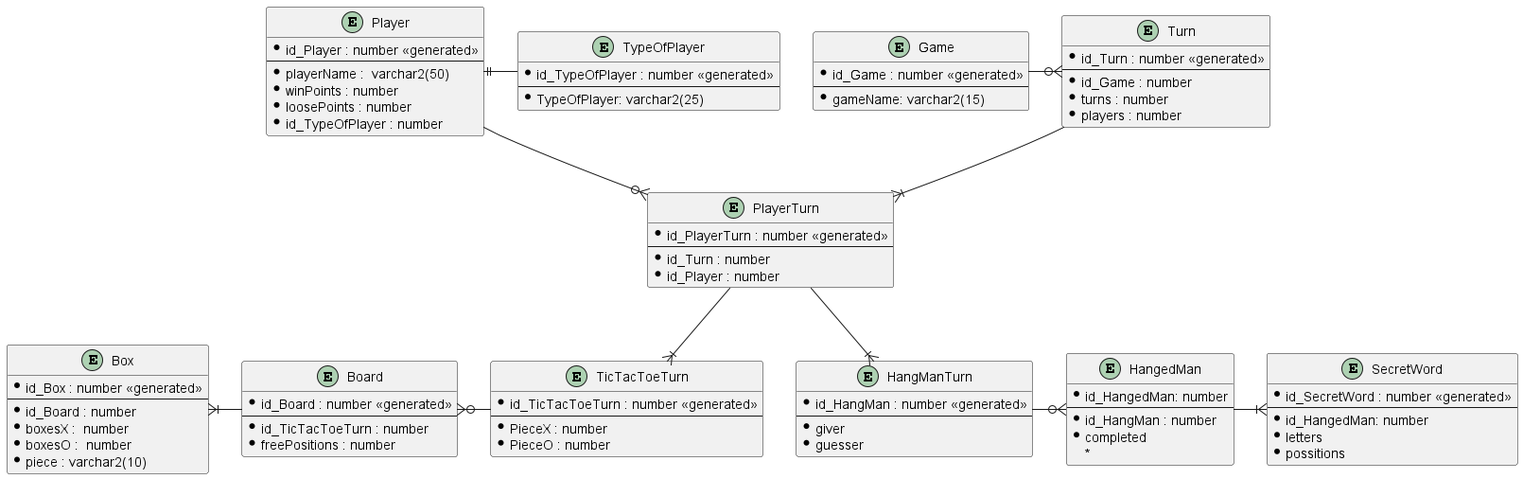
The PlantUML diagram out/DataModel/LogicModel/VocabularyLogicModelMain.png in Gabs16TL/Second_Project_Peristence, before a commit.
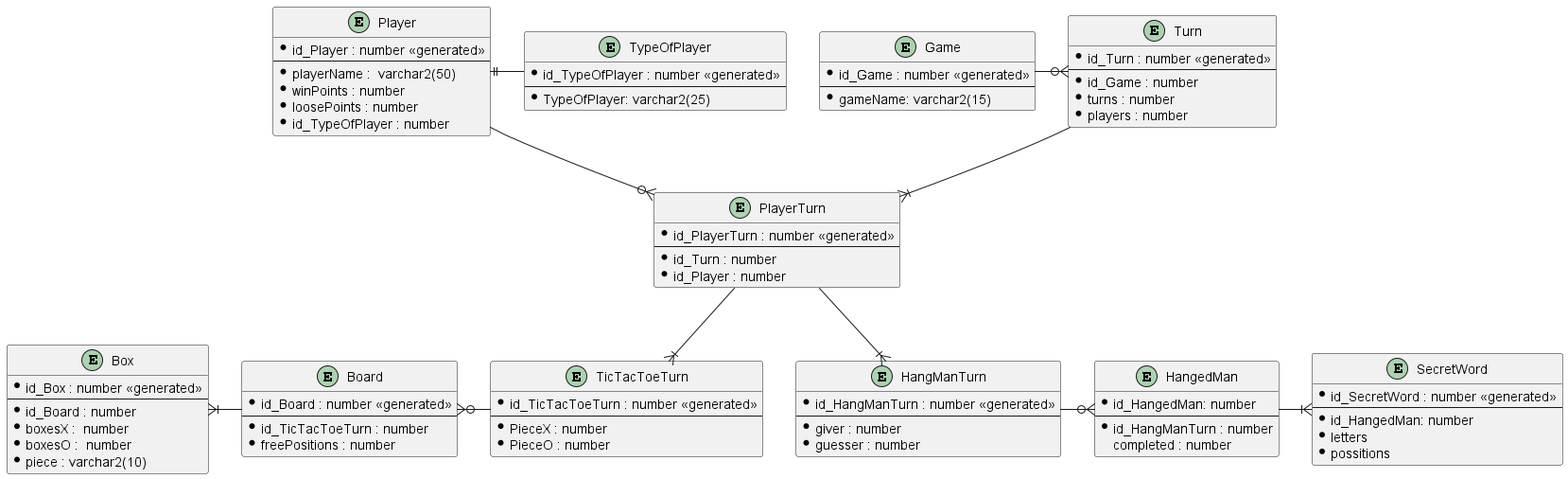
After the commit.

Diff of the diagram source:
```diff
@@ -68,18 +68,17 @@
 
 entity HangManTurn
 {
-    * id_HangMan : number <<generated>>
+    * id_HangManTurn : number <<generated>>
     --
-    * giver
-    * guesser
+    * giver : number
+    * guesser : number
 }
 entity HangedMan
 {
     * id_HangedMan: number
     --
-    * id_HangMan : number
-    * completed
-    *
+    * id_HangManTurn : number
+     completed : number
 }
 entity SecretWord
 {
```
